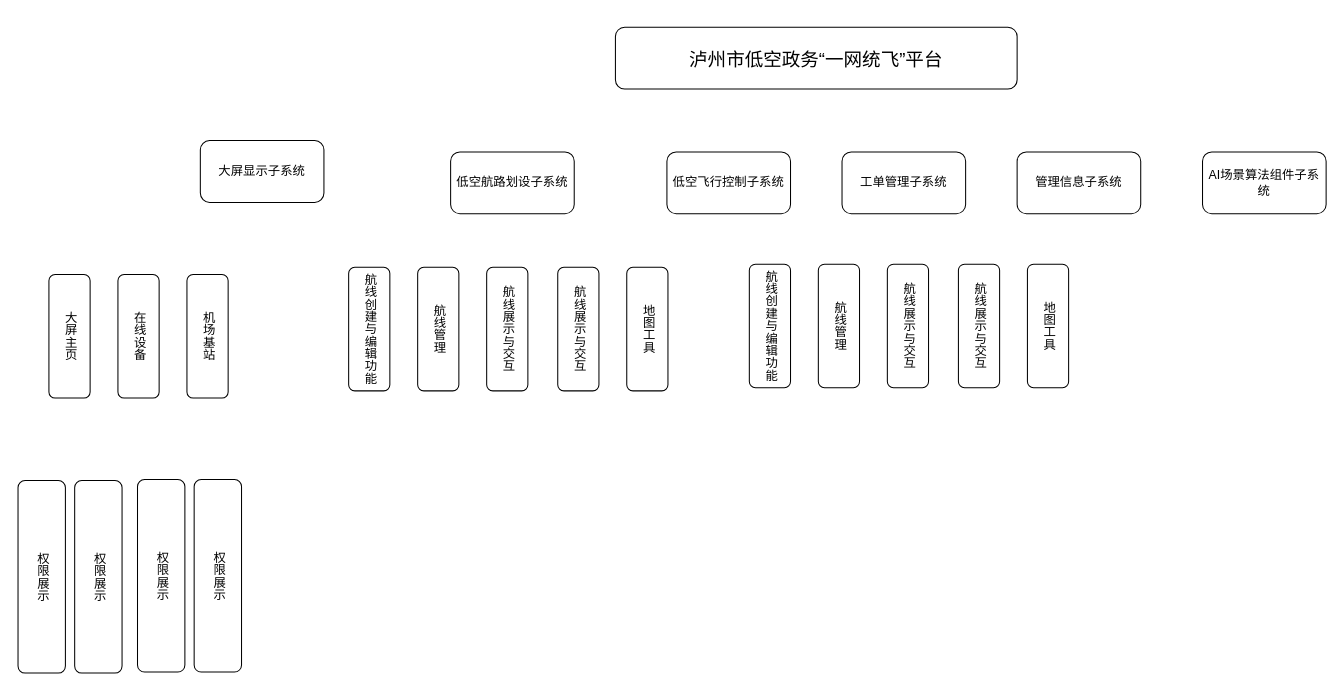
Earlier version of the draw.io diagram 总览图.drawio (berrysky/krain.github.io). Source tidied: cells renumbered, new cells numbered last; positions are measured from the earlier drawing's top-left corner, leaving out a move shared by most shapes. Both pictures are drawn from the tidied source at 103%, with x=0, y=0 at pixel (18, 27).
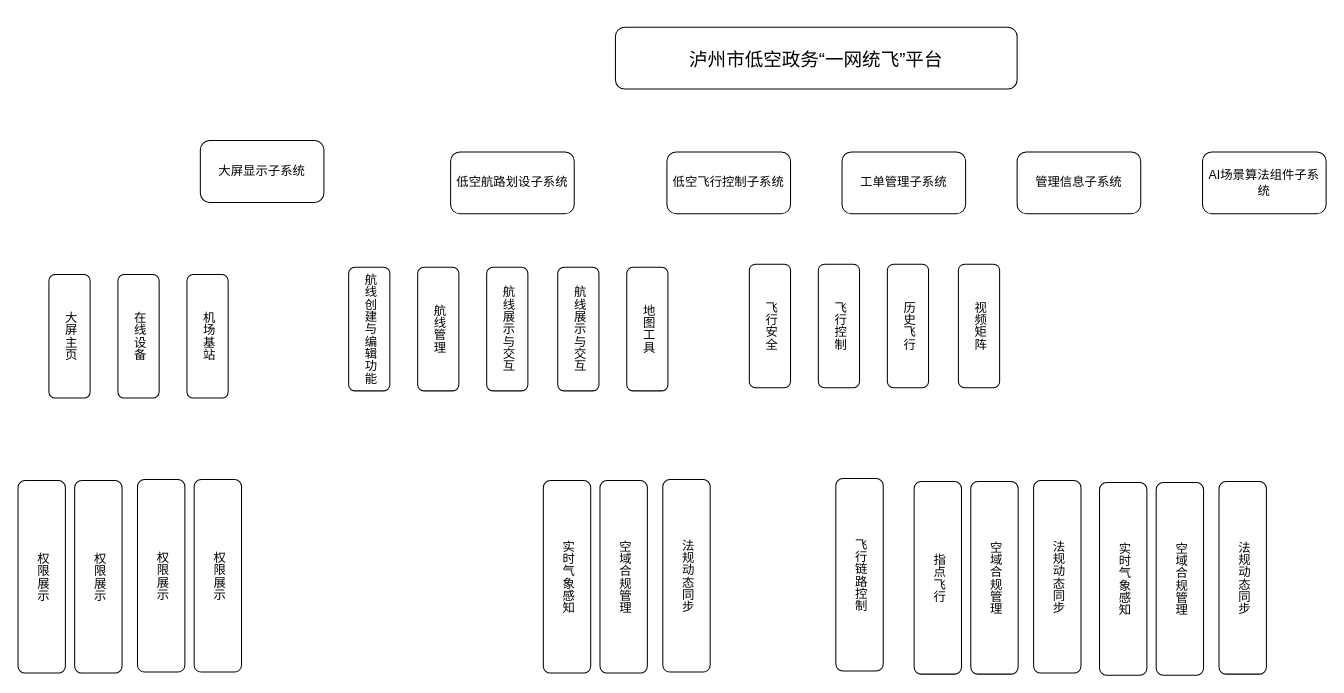
The same diagram, later.

Commit message (it also covers changes not shown here):
更新总览图.drawio

What changed in the source:
```diff
@@
-    <mxCell id="21" value="&lt;div&gt;&lt;div class=&quot;old-record-id-Po8LdLrbCozgtJx34FqcgGBYnCf&quot;&gt;航线创建与编辑功能&lt;/div&gt;&lt;/div&gt;&lt;span class=&quot;lark-record-clipboard&quot; data-lark-record-data=&quot;{&amp;quot;rootId&amp;quot;:&amp;quot;Kqzgdmb4HoMSGUxfPz7cehnGnnb&amp;quot;,&amp;quot;text&amp;quot;:{&amp;quot;initialAttributedTexts&amp;quot;:{&amp;quot;text&amp;quot;:{&amp;quot;0&amp;quot;:&amp;quot;航线创建与编辑功能&amp;quot;},&amp;quot;attribs&amp;quot;:{&amp;quot;0&amp;quot;:&amp;quot;*0*1+9&amp;quot;}},&amp;quot;apool&amp;quot;:{&amp;quot;numToAttrib&amp;quot;:{&amp;quot;0&amp;quot;:[&amp;quot;author&amp;quot;,&amp;quot;7065221839563358211&amp;quot;],&amp;quot;1&amp;quot;:[&amp;quot;bold&amp;quot;,&amp;quot;true&amp;quot;]},&amp;quot;nextNum&amp;quot;:2}},&amp;quot;type&amp;quot;:&amp;quot;text&amp;quot;,&amp;quot;referenceRecordMap&amp;quot;:{},&amp;quot;extra&amp;quot;:{&amp;quot;channel&amp;quot;:&amp;quot;saas&amp;quot;,&amp;quot;isEqualBlockSelection&amp;quot;:false,&amp;quot;pasteRandomId&amp;quot;:&amp;quot;1cc6d812-0947-45a8-a9b1-f2f0e86f2138&amp;quot;,&amp;quot;mention_page_title&amp;quot;:{},&amp;quot;external_mention_url&amp;quot;:{}},&amp;quot;isKeepQuoteContainer&amp;quot;:false,&amp;quot;isFromCode&amp;quot;:false,&amp;quot;selection&amp;quot;:[{&amp;quot;id&amp;quot;:120,&amp;quot;type&amp;quot;:&amp;quot;text&amp;quot;,&amp;quot;selection&amp;quot;:{&amp;quot;start&amp;quot;:2,&amp;quot;end&amp;quot;:11},&amp;quot;recordId&amp;quot;:&amp;quot;Po8LdLrbCozgtJx34FqcgGBYnCf&amp;quot;}],&amp;quot;payloadMap&amp;quot;:{},&amp;quot;isCut&amp;quot;:false}&quot;&gt;&lt;/span&gt;" style="rounded=1;whiteSpace=wrap;html=1;textDirection=vertical-lr;horizontal=1;fontStyle=0;align=center;verticalAlign=middle;" parent="1" vertex="1">
+    <mxCell id="21" value="&lt;div&gt;&lt;div class=&quot;old-record-id-Po8LdLrbCozgtJx34FqcgGBYnCf&quot;&gt;飞行安全&lt;/div&gt;&lt;/div&gt;&lt;span class=&quot;lark-record-clipboard&quot; data-lark-record-data=&quot;{&amp;quot;rootId&amp;quot;:&amp;quot;Kqzgdmb4HoMSGUxfPz7cehnGnnb&amp;quot;,&amp;quot;text&amp;quot;:{&amp;quot;initialAttributedTexts&amp;quot;:{&amp;quot;text&amp;quot;:{&amp;quot;0&amp;quot;:&amp;quot;航线创建与编辑功能&amp;quot;},&amp;quot;attribs&amp;quot;:{&amp;quot;0&amp;quot;:&amp;quot;*0*1+9&amp;quot;}},&amp;quot;apool&amp;quot;:{&amp;quot;numToAttrib&amp;quot;:{&amp;quot;0&amp;quot;:[&amp;quot;author&amp;quot;,&amp;quot;7065221839563358211&amp;quot;],&amp;quot;1&amp;quot;:[&amp;quot;bold&amp;quot;,&amp;quot;true&amp;quot;]},&amp;quot;nextNum&amp;quot;:2}},&amp;quot;type&amp;quot;:&amp;quot;text&amp;quot;,&amp;quot;referenceRecordMap&amp;quot;:{},&amp;quot;extra&amp;quot;:{&amp;quot;channel&amp;quot;:&amp;quot;saas&amp;quot;,&amp;quot;isEqualBlockSelection&amp;quot;:false,&amp;quot;pasteRandomId&amp;quot;:&amp;quot;1cc6d812-0947-45a8-a9b1-f2f0e86f2138&amp;quot;,&amp;quot;mention_page_title&amp;quot;:{},&amp;quot;external_mention_url&amp;quot;:{}},&amp;quot;isKeepQuoteContainer&amp;quot;:false,&amp;quot;isFromCode&amp;quot;:false,&amp;quot;selection&amp;quot;:[{&amp;quot;id&amp;quot;:120,&amp;quot;type&amp;quot;:&amp;quot;text&amp;quot;,&amp;quot;selection&amp;quot;:{&amp;quot;start&amp;quot;:2,&amp;quot;end&amp;quot;:11},&amp;quot;recordId&amp;quot;:&amp;quot;Po8LdLrbCozgtJx34FqcgGBYnCf&amp;quot;}],&amp;quot;payloadMap&amp;quot;:{},&amp;quot;isCut&amp;quot;:false}&quot;&gt;&lt;/span&gt;" style="rounded=1;whiteSpace=wrap;html=1;textDirection=vertical-lr;horizontal=1;fontStyle=0;align=center;verticalAlign=middle;" parent="1" vertex="1">
       <mxGeometry x="710" y="230" width="40" height="120" as="geometry" />
     </mxCell>
-    <mxCell id="22" value="&lt;div&gt;&lt;div class=&quot;old-record-id-TfkDdrhNBo0OolxgG6KcHpkzn7e&quot;&gt;航线管理&lt;/div&gt;&lt;/div&gt;&lt;span class=&quot;lark-record-clipboard&quot; data-lark-record-data=&quot;{&amp;quot;rootId&amp;quot;:&amp;quot;Kqzgdmb4HoMSGUxfPz7cehnGnnb&amp;quot;,&amp;quot;text&amp;quot;:{&amp;quot;initialAttributedTexts&amp;quot;:{&amp;quot;text&amp;quot;:{&amp;quot;0&amp;quot;:&amp;quot;航线管理&amp;quot;},&amp;quot;attribs&amp;quot;:{&amp;quot;0&amp;quot;:&amp;quot;*0*1+4&amp;quot;}},&amp;quot;apool&amp;quot;:{&amp;quot;numToAttrib&amp;quot;:{&amp;quot;0&amp;quot;:[&amp;quot;author&amp;quot;,&amp;quot;7065221839563358211&amp;quot;],&amp;quot;1&amp;quot;:[&amp;quot;bold&amp;quot;,&amp;quot;true&amp;quot;]},&amp;quot;nextNum&amp;quot;:2}},&amp;quot;type&amp;quot;:&amp;quot;text&amp;quot;,&amp;quot;referenceRecordMap&amp;quot;:{},&amp;quot;extra&amp;quot;:{&amp;quot;channel&amp;quot;:&amp;quot;saas&amp;quot;,&amp;quot;isEqualBlockSelection&amp;quot;:false,&amp;quot;pasteRandomId&amp;quot;:&amp;quot;c4b3756e-fced-46c2-a57d-2c074daa4cf0&amp;quot;,&amp;quot;mention_page_title&amp;quot;:{},&amp;quot;external_mention_url&amp;quot;:{}},&amp;quot;isKeepQuoteContainer&amp;quot;:false,&amp;quot;isFromCode&amp;quot;:false,&amp;quot;selection&amp;quot;:[{&amp;quot;id&amp;quot;:124,&amp;quot;type&amp;quot;:&amp;quot;text&amp;quot;,&amp;quot;selection&amp;quot;:{&amp;quot;start&amp;quot;:2,&amp;quot;end&amp;quot;:6},&amp;quot;recordId&amp;quot;:&amp;quot;TfkDdrhNBo0OolxgG6KcHpkzn7e&amp;quot;}],&amp;quot;payloadMap&amp;quot;:{},&amp;quot;isCut&amp;quot;:false}&quot;&gt;&lt;/span&gt;" style="rounded=1;whiteSpace=wrap;html=1;textDirection=vertical-lr;fontStyle=0;align=center;verticalAlign=middle;" parent="1" vertex="1">
+    <mxCell id="22" value="&lt;div&gt;&lt;div class=&quot;old-record-id-TfkDdrhNBo0OolxgG6KcHpkzn7e&quot;&gt;飞行控制&lt;/div&gt;&lt;/div&gt;&lt;span class=&quot;lark-record-clipboard&quot; data-lark-record-data=&quot;{&amp;quot;rootId&amp;quot;:&amp;quot;Kqzgdmb4HoMSGUxfPz7cehnGnnb&amp;quot;,&amp;quot;text&amp;quot;:{&amp;quot;initialAttributedTexts&amp;quot;:{&amp;quot;text&amp;quot;:{&amp;quot;0&amp;quot;:&amp;quot;航线管理&amp;quot;},&amp;quot;attribs&amp;quot;:{&amp;quot;0&amp;quot;:&amp;quot;*0*1+4&amp;quot;}},&amp;quot;apool&amp;quot;:{&amp;quot;numToAttrib&amp;quot;:{&amp;quot;0&amp;quot;:[&amp;quot;author&amp;quot;,&amp;quot;7065221839563358211&amp;quot;],&amp;quot;1&amp;quot;:[&amp;quot;bold&amp;quot;,&amp;quot;true&amp;quot;]},&amp;quot;nextNum&amp;quot;:2}},&amp;quot;type&amp;quot;:&amp;quot;text&amp;quot;,&amp;quot;referenceRecordMap&amp;quot;:{},&amp;quot;extra&amp;quot;:{&amp;quot;channel&amp;quot;:&amp;quot;saas&amp;quot;,&amp;quot;isEqualBlockSelection&amp;quot;:false,&amp;quot;pasteRandomId&amp;quot;:&amp;quot;c4b3756e-fced-46c2-a57d-2c074daa4cf0&amp;quot;,&amp;quot;mention_page_title&amp;quot;:{},&amp;quot;external_mention_url&amp;quot;:{}},&amp;quot;isKeepQuoteContainer&amp;quot;:false,&amp;quot;isFromCode&amp;quot;:false,&amp;quot;selection&amp;quot;:[{&amp;quot;id&amp;quot;:124,&amp;quot;type&amp;quot;:&amp;quot;text&amp;quot;,&amp;quot;selection&amp;quot;:{&amp;quot;start&amp;quot;:2,&amp;quot;end&amp;quot;:6},&amp;quot;recordId&amp;quot;:&amp;quot;TfkDdrhNBo0OolxgG6KcHpkzn7e&amp;quot;}],&amp;quot;payloadMap&amp;quot;:{},&amp;quot;isCut&amp;quot;:false}&quot;&gt;&lt;/span&gt;" style="rounded=1;whiteSpace=wrap;html=1;textDirection=vertical-lr;fontStyle=0;align=center;verticalAlign=middle;" parent="1" vertex="1">
       <mxGeometry x="777" y="230" width="40" height="120" as="geometry" />
     </mxCell>
-    <mxCell id="23" value="&lt;div&gt;&lt;div class=&quot;old-record-id-TAzedYTR2oLAXGxL9yZcuPr9nnh&quot;&gt;航线展示与交互&lt;/div&gt;&lt;/div&gt;&lt;span class=&quot;lark-record-clipboard&quot; data-lark-record-data=&quot;{&amp;quot;rootId&amp;quot;:&amp;quot;Kqzgdmb4HoMSGUxfPz7cehnGnnb&amp;quot;,&amp;quot;text&amp;quot;:{&amp;quot;initialAttributedTexts&amp;quot;:{&amp;quot;text&amp;quot;:{&amp;quot;0&amp;quot;:&amp;quot;航线展示与交互&amp;quot;},&amp;quot;attribs&amp;quot;:{&amp;quot;0&amp;quot;:&amp;quot;*0*1+7&amp;quot;}},&amp;quot;apool&amp;quot;:{&amp;quot;numToAttrib&amp;quot;:{&amp;quot;0&amp;quot;:[&amp;quot;author&amp;quot;,&amp;quot;7065221839563358211&amp;quot;],&amp;quot;1&amp;quot;:[&amp;quot;bold&amp;quot;,&amp;quot;true&amp;quot;]},&amp;quot;nextNum&amp;quot;:2}},&amp;quot;type&amp;quot;:&amp;quot;text&amp;quot;,&amp;quot;referenceRecordMap&amp;quot;:{},&amp;quot;extra&amp;quot;:{&amp;quot;channel&amp;quot;:&amp;quot;saas&amp;quot;,&amp;quot;isEqualBlockSelection&amp;quot;:false,&amp;quot;pasteRandomId&amp;quot;:&amp;quot;98eb259d-1737-4a3c-9f6b-d7a9e5ee8864&amp;quot;,&amp;quot;mention_page_title&amp;quot;:{},&amp;quot;external_mention_url&amp;quot;:{}},&amp;quot;isKeepQuoteContainer&amp;quot;:false,&amp;quot;isFromCode&amp;quot;:false,&amp;quot;selection&amp;quot;:[{&amp;quot;id&amp;quot;:127,&amp;quot;type&amp;quot;:&amp;quot;text&amp;quot;,&amp;quot;selection&amp;quot;:{&amp;quot;start&amp;quot;:2,&amp;quot;end&amp;quot;:9},&amp;quot;recordId&amp;quot;:&amp;quot;TAzedYTR2oLAXGxL9yZcuPr9nnh&amp;quot;}],&amp;quot;payloadMap&amp;quot;:{},&amp;quot;isCut&amp;quot;:false}&quot;&gt;&lt;/span&gt;" style="rounded=1;whiteSpace=wrap;html=1;textDirection=vertical-lr;fontStyle=0;align=center;verticalAlign=middle;" parent="1" vertex="1">
+    <mxCell id="23" value="&lt;div&gt;&lt;div class=&quot;old-record-id-TAzedYTR2oLAXGxL9yZcuPr9nnh&quot;&gt;历史飞行&lt;/div&gt;&lt;/div&gt;&lt;span class=&quot;lark-record-clipboard&quot; data-lark-record-data=&quot;{&amp;quot;rootId&amp;quot;:&amp;quot;Kqzgdmb4HoMSGUxfPz7cehnGnnb&amp;quot;,&amp;quot;text&amp;quot;:{&amp;quot;initialAttributedTexts&amp;quot;:{&amp;quot;text&amp;quot;:{&amp;quot;0&amp;quot;:&amp;quot;航线展示与交互&amp;quot;},&amp;quot;attribs&amp;quot;:{&amp;quot;0&amp;quot;:&amp;quot;*0*1+7&amp;quot;}},&amp;quot;apool&amp;quot;:{&amp;quot;numToAttrib&amp;quot;:{&amp;quot;0&amp;quot;:[&amp;quot;author&amp;quot;,&amp;quot;7065221839563358211&amp;quot;],&amp;quot;1&amp;quot;:[&amp;quot;bold&amp;quot;,&amp;quot;true&amp;quot;]},&amp;quot;nextNum&amp;quot;:2}},&amp;quot;type&amp;quot;:&amp;quot;text&amp;quot;,&amp;quot;referenceRecordMap&amp;quot;:{},&amp;quot;extra&amp;quot;:{&amp;quot;channel&amp;quot;:&amp;quot;saas&amp;quot;,&amp;quot;isEqualBlockSelection&amp;quot;:false,&amp;quot;pasteRandomId&amp;quot;:&amp;quot;98eb259d-1737-4a3c-9f6b-d7a9e5ee8864&amp;quot;,&amp;quot;mention_page_title&amp;quot;:{},&amp;quot;external_mention_url&amp;quot;:{}},&amp;quot;isKeepQuoteContainer&amp;quot;:false,&amp;quot;isFromCode&amp;quot;:false,&amp;quot;selection&amp;quot;:[{&amp;quot;id&amp;quot;:127,&amp;quot;type&amp;quot;:&amp;quot;text&amp;quot;,&amp;quot;selection&amp;quot;:{&amp;quot;start&amp;quot;:2,&amp;quot;end&amp;quot;:9},&amp;quot;recordId&amp;quot;:&amp;quot;TAzedYTR2oLAXGxL9yZcuPr9nnh&amp;quot;}],&amp;quot;payloadMap&amp;quot;:{},&amp;quot;isCut&amp;quot;:false}&quot;&gt;&lt;/span&gt;" style="rounded=1;whiteSpace=wrap;html=1;textDirection=vertical-lr;fontStyle=0;align=center;verticalAlign=middle;" parent="1" vertex="1">
       <mxGeometry x="844" y="230" width="40" height="120" as="geometry" />
     </mxCell>
-    <mxCell id="24" value="&lt;div&gt;&lt;div class=&quot;old-record-id-TAzedYTR2oLAXGxL9yZcuPr9nnh&quot;&gt;航线展示与交互&lt;/div&gt;&lt;/div&gt;&lt;span class=&quot;lark-record-clipboard&quot; data-lark-record-data=&quot;{&amp;quot;rootId&amp;quot;:&amp;quot;Kqzgdmb4HoMSGUxfPz7cehnGnnb&amp;quot;,&amp;quot;text&amp;quot;:{&amp;quot;initialAttributedTexts&amp;quot;:{&amp;quot;text&amp;quot;:{&amp;quot;0&amp;quot;:&amp;quot;航线展示与交互&amp;quot;},&amp;quot;attribs&amp;quot;:{&amp;quot;0&amp;quot;:&amp;quot;*0*1+7&amp;quot;}},&amp;quot;apool&amp;quot;:{&amp;quot;numToAttrib&amp;quot;:{&amp;quot;0&amp;quot;:[&amp;quot;author&amp;quot;,&amp;quot;7065221839563358211&amp;quot;],&amp;quot;1&amp;quot;:[&amp;quot;bold&amp;quot;,&amp;quot;true&amp;quot;]},&amp;quot;nextNum&amp;quot;:2}},&amp;quot;type&amp;quot;:&amp;quot;text&amp;quot;,&amp;quot;referenceRecordMap&amp;quot;:{},&amp;quot;extra&amp;quot;:{&amp;quot;channel&amp;quot;:&amp;quot;saas&amp;quot;,&amp;quot;isEqualBlockSelection&amp;quot;:false,&amp;quot;pasteRandomId&amp;quot;:&amp;quot;98eb259d-1737-4a3c-9f6b-d7a9e5ee8864&amp;quot;,&amp;quot;mention_page_title&amp;quot;:{},&amp;quot;external_mention_url&amp;quot;:{}},&amp;quot;isKeepQuoteContainer&amp;quot;:false,&amp;quot;isFromCode&amp;quot;:false,&amp;quot;selection&amp;quot;:[{&amp;quot;id&amp;quot;:127,&amp;quot;type&amp;quot;:&amp;quot;text&amp;quot;,&amp;quot;selection&amp;quot;:{&amp;quot;start&amp;quot;:2,&amp;quot;end&amp;quot;:9},&amp;quot;recordId&amp;quot;:&amp;quot;TAzedYTR2oLAXGxL9yZcuPr9nnh&amp;quot;}],&amp;quot;payloadMap&amp;quot;:{},&amp;quot;isCut&amp;quot;:false}&quot;&gt;&lt;/span&gt;" style="rounded=1;whiteSpace=wrap;html=1;textDirection=vertical-lr;fontStyle=0;align=center;verticalAlign=middle;" parent="1" vertex="1">
+    <mxCell id="24" value="&lt;div&gt;&lt;div class=&quot;old-record-id-TAzedYTR2oLAXGxL9yZcuPr9nnh&quot;&gt;视频矩阵&lt;/div&gt;&lt;/div&gt;&lt;span class=&quot;lark-record-clipboard&quot; data-lark-record-data=&quot;{&amp;quot;rootId&amp;quot;:&amp;quot;Kqzgdmb4HoMSGUxfPz7cehnGnnb&amp;quot;,&amp;quot;text&amp;quot;:{&amp;quot;initialAttributedTexts&amp;quot;:{&amp;quot;text&amp;quot;:{&amp;quot;0&amp;quot;:&amp;quot;航线展示与交互&amp;quot;},&amp;quot;attribs&amp;quot;:{&amp;quot;0&amp;quot;:&amp;quot;*0*1+7&amp;quot;}},&amp;quot;apool&amp;quot;:{&amp;quot;numToAttrib&amp;quot;:{&amp;quot;0&amp;quot;:[&amp;quot;author&amp;quot;,&amp;quot;7065221839563358211&amp;quot;],&amp;quot;1&amp;quot;:[&amp;quot;bold&amp;quot;,&amp;quot;true&amp;quot;]},&amp;quot;nextNum&amp;quot;:2}},&amp;quot;type&amp;quot;:&amp;quot;text&amp;quot;,&amp;quot;referenceRecordMap&amp;quot;:{},&amp;quot;extra&amp;quot;:{&amp;quot;channel&amp;quot;:&amp;quot;saas&amp;quot;,&amp;quot;isEqualBlockSelection&amp;quot;:false,&amp;quot;pasteRandomId&amp;quot;:&amp;quot;98eb259d-1737-4a3c-9f6b-d7a9e5ee8864&amp;quot;,&amp;quot;mention_page_title&amp;quot;:{},&amp;quot;external_mention_url&amp;quot;:{}},&amp;quot;isKeepQuoteContainer&amp;quot;:false,&amp;quot;isFromCode&amp;quot;:false,&amp;quot;selection&amp;quot;:[{&amp;quot;id&amp;quot;:127,&amp;quot;type&amp;quot;:&amp;quot;text&amp;quot;,&amp;quot;selection&amp;quot;:{&amp;quot;start&amp;quot;:2,&amp;quot;end&amp;quot;:9},&amp;quot;recordId&amp;quot;:&amp;quot;TAzedYTR2oLAXGxL9yZcuPr9nnh&amp;quot;}],&amp;quot;payloadMap&amp;quot;:{},&amp;quot;isCut&amp;quot;:false}&quot;&gt;&lt;/span&gt;" style="rounded=1;whiteSpace=wrap;html=1;textDirection=vertical-lr;fontStyle=0;align=center;verticalAlign=middle;" parent="1" vertex="1">
       <mxGeometry x="913" y="230" width="40" height="120" as="geometry" />
     </mxCell>
-    <mxCell id="25" value="&lt;div&gt;&lt;div class=&quot;old-record-id-TfkDdrhNBo0OolxgG6KcHpkzn7e&quot;&gt;地图工具&lt;/div&gt;&lt;/div&gt;&lt;span class=&quot;lark-record-clipboard&quot; data-lark-record-data=&quot;{&amp;quot;rootId&amp;quot;:&amp;quot;Kqzgdmb4HoMSGUxfPz7cehnGnnb&amp;quot;,&amp;quot;text&amp;quot;:{&amp;quot;initialAttributedTexts&amp;quot;:{&amp;quot;text&amp;quot;:{&amp;quot;0&amp;quot;:&amp;quot;航线管理&amp;quot;},&amp;quot;attribs&amp;quot;:{&amp;quot;0&amp;quot;:&amp;quot;*0*1+4&amp;quot;}},&amp;quot;apool&amp;quot;:{&amp;quot;numToAttrib&amp;quot;:{&amp;quot;0&amp;quot;:[&amp;quot;author&amp;quot;,&amp;quot;7065221839563358211&amp;quot;],&amp;quot;1&amp;quot;:[&amp;quot;bold&amp;quot;,&amp;quot;true&amp;quot;]},&amp;quot;nextNum&amp;quot;:2}},&amp;quot;type&amp;quot;:&amp;quot;text&amp;quot;,&amp;quot;referenceRecordMap&amp;quot;:{},&amp;quot;extra&amp;quot;:{&amp;quot;channel&amp;quot;:&amp;quot;saas&amp;quot;,&amp;quot;isEqualBlockSelection&amp;quot;:false,&amp;quot;pasteRandomId&amp;quot;:&amp;quot;c4b3756e-fced-46c2-a57d-2c074daa4cf0&amp;quot;,&amp;quot;mention_page_title&amp;quot;:{},&amp;quot;external_mention_url&amp;quot;:{}},&amp;quot;isKeepQuoteContainer&amp;quot;:false,&amp;quot;isFromCode&amp;quot;:false,&amp;quot;selection&amp;quot;:[{&amp;quot;id&amp;quot;:124,&amp;quot;type&amp;quot;:&amp;quot;text&amp;quot;,&amp;quot;selection&amp;quot;:{&amp;quot;start&amp;quot;:2,&amp;quot;end&amp;quot;:6},&amp;quot;recordId&amp;quot;:&amp;quot;TfkDdrhNBo0OolxgG6KcHpkzn7e&amp;quot;}],&amp;quot;payloadMap&amp;quot;:{},&amp;quot;isCut&amp;quot;:false}&quot;&gt;&lt;/span&gt;" style="rounded=1;whiteSpace=wrap;html=1;textDirection=vertical-lr;fontStyle=0;align=center;verticalAlign=middle;" parent="1" vertex="1">
-      <mxGeometry x="980" y="230" width="40" height="120" as="geometry" />
-    </mxCell>
+    <mxCell id="26" value="实时气象感知" style="rounded=1;whiteSpace=wrap;html=1;horizontal=1;textDirection=vertical-lr;" parent="1" vertex="1">
+      <mxGeometry x="510" y="440" width="46" height="187" as="geometry" />
+    </mxCell>
+    <mxCell id="27" value="空域合规管理" style="rounded=1;whiteSpace=wrap;html=1;horizontal=1;textDirection=vertical-lr;" parent="1" vertex="1">
+      <mxGeometry x="565" y="440" width="46" height="187" as="geometry" />
+    </mxCell>
+    <mxCell id="28" value="法规动态同步" style="rounded=1;whiteSpace=wrap;html=1;horizontal=1;textDirection=vertical-lr;" parent="1" vertex="1">
+      <mxGeometry x="626" y="439" width="46" height="187" as="geometry" />
+    </mxCell>
+    <mxCell id="29" value="飞行链路控制" style="rounded=1;whiteSpace=wrap;html=1;horizontal=1;textDirection=vertical-lr;" parent="1" vertex="1">
+      <mxGeometry x="794" y="438" width="46" height="187" as="geometry" />
+    </mxCell>
+    <mxCell id="30" value="指点飞行" style="rounded=1;whiteSpace=wrap;html=1;horizontal=1;textDirection=vertical-lr;" parent="1" vertex="1">
+      <mxGeometry x="870" y="441" width="46" height="187" as="geometry" />
+    </mxCell>
+    <mxCell id="31" value="空域合规管理" style="rounded=1;whiteSpace=wrap;html=1;horizontal=1;textDirection=vertical-lr;" parent="1" vertex="1">
+      <mxGeometry x="925" y="441" width="46" height="187" as="geometry" />
+    </mxCell>
+    <mxCell id="32" value="法规动态同步" style="rounded=1;whiteSpace=wrap;html=1;horizontal=1;textDirection=vertical-lr;" parent="1" vertex="1">
+      <mxGeometry x="986" y="440" width="46" height="187" as="geometry" />
+    </mxCell>
+    <mxCell id="33" value="实时气象感知" style="rounded=1;whiteSpace=wrap;html=1;horizontal=1;textDirection=vertical-lr;" parent="1" vertex="1">
+      <mxGeometry x="1050" y="442" width="46" height="187" as="geometry" />
+    </mxCell>
+    <mxCell id="34" value="空域合规管理" style="rounded=1;whiteSpace=wrap;html=1;horizontal=1;textDirection=vertical-lr;" parent="1" vertex="1">
+      <mxGeometry x="1105" y="442" width="46" height="187" as="geometry" />
+    </mxCell>
+    <mxCell id="35" value="法规动态同步" style="rounded=1;whiteSpace=wrap;html=1;horizontal=1;textDirection=vertical-lr;" parent="1" vertex="1">
+      <mxGeometry x="1166" y="441" width="46" height="187" as="geometry" />
+    </mxCell>
```
